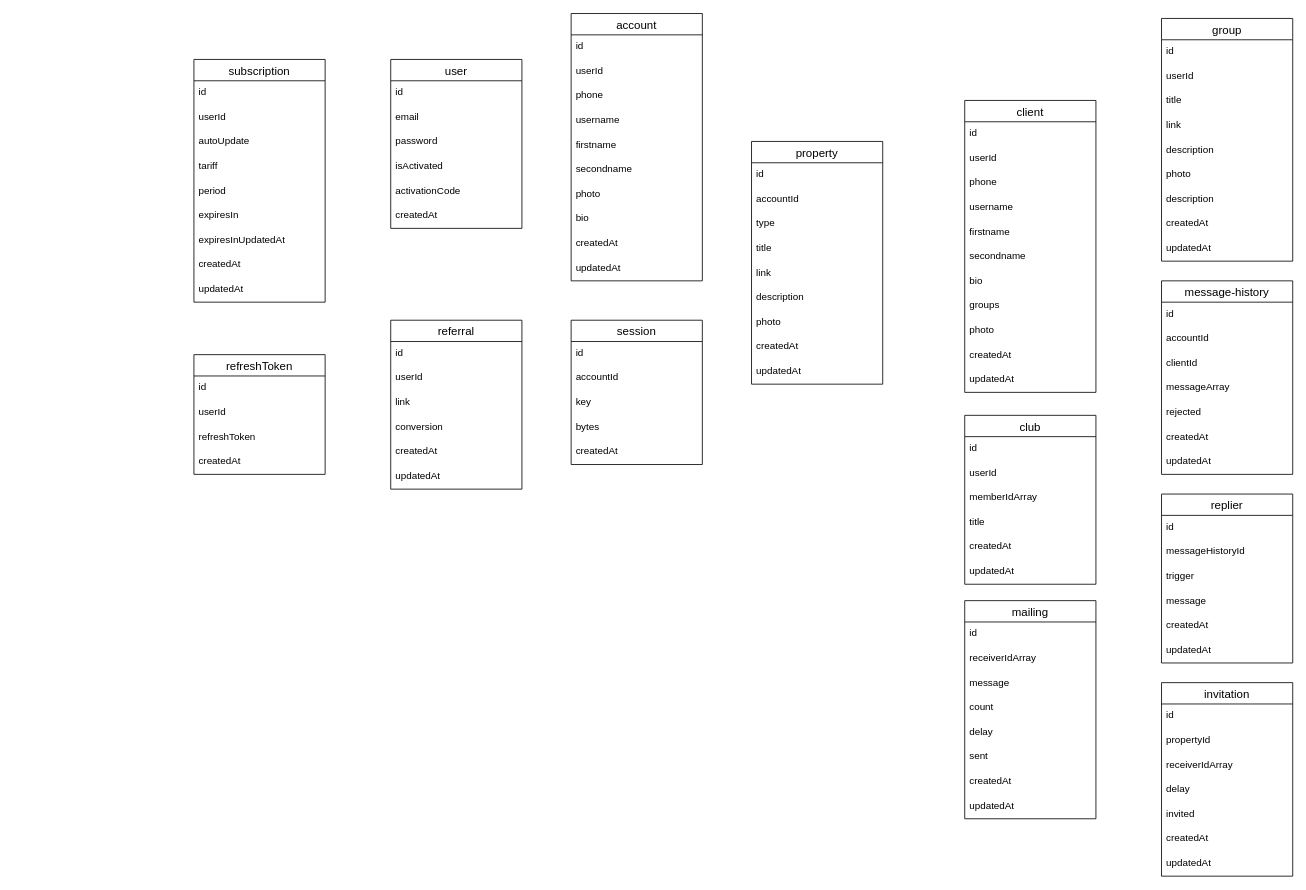
Earlier version of the draw.io diagram schema.drawio (Nick-Fed-Al-dev/telepanel). Source tidied: cells renumbered, new cells numbered last; positions are measured from the earlier drawing's top-left corner, leaving out a move shared by most shapes. Both pictures are drawn from the tidied source at 82%, with x=0, y=0 at pixel (194, 13).
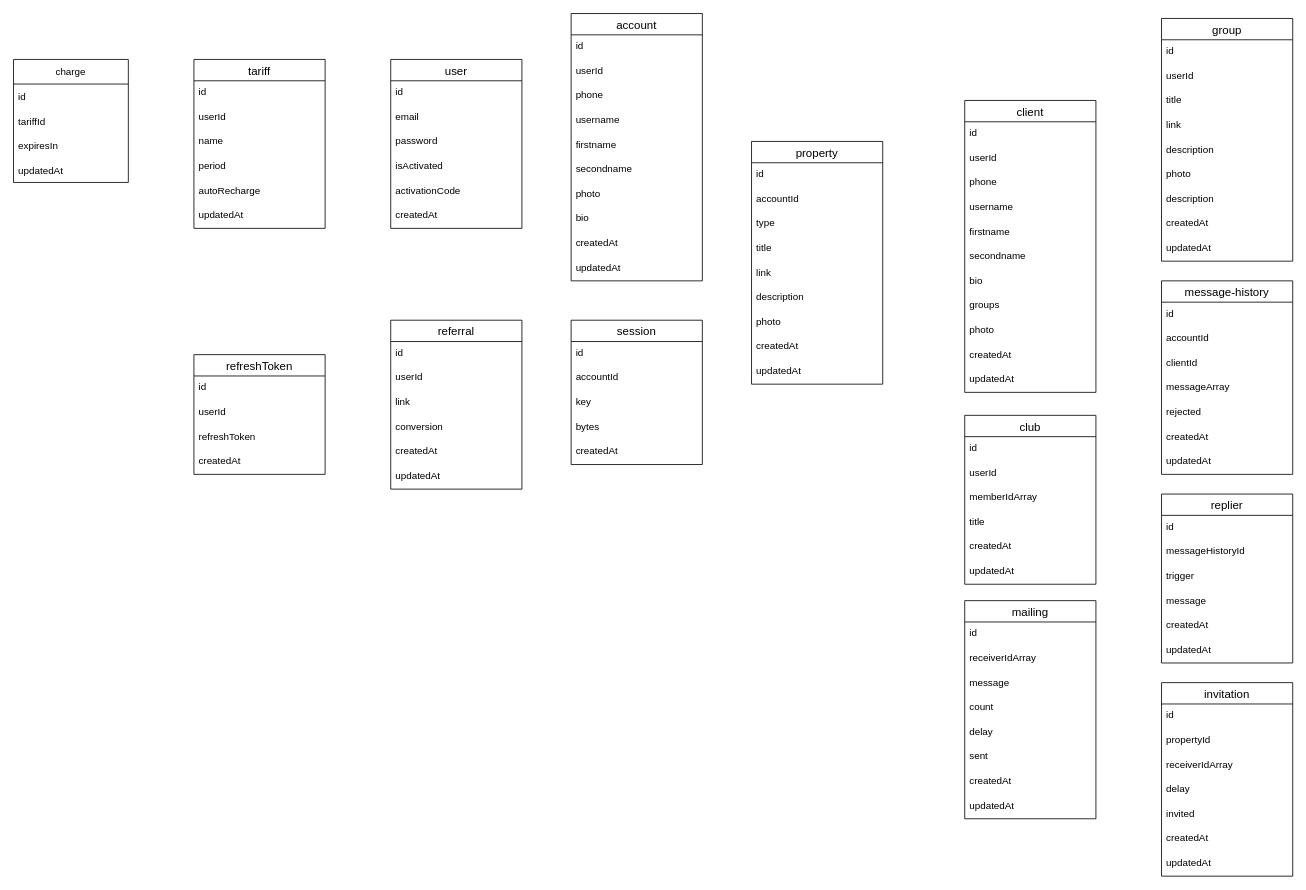
After the change.

Change to the diagram source:
```diff
@@
-    <mxCell id="104" value="subscription" style="swimlane;fontStyle=0;horizontal=1;startSize=26;align=center;fontSize=14;" parent="1" vertex="1">
-      <mxGeometry y="56" width="160" height="296" as="geometry" />
+    <mxCell id="104" value="tariff" style="swimlane;fontStyle=0;horizontal=1;startSize=26;align=center;fontSize=14;" parent="1" vertex="1">
+      <mxGeometry y="56" width="160" height="206" as="geometry" />
     </mxCell>
@@
-    <mxCell id="107" value="autoUpdate" style="text;strokeColor=none;fillColor=none;spacingLeft=4;spacingRight=4;overflow=hidden;fontSize=12;" parent="104" vertex="1">
-      <mxGeometry y="86" width="160" height="30" as="geometry" />
-    </mxCell>
-    <mxCell id="108" value="tariff" style="text;strokeColor=none;fillColor=none;spacingLeft=4;spacingRight=4;overflow=hidden;fontSize=12;" parent="104" vertex="1">
-      <mxGeometry y="116" width="160" height="30" as="geometry" />
+    <mxCell id="108" value="name" style="text;strokeColor=none;fillColor=none;spacingLeft=4;spacingRight=4;overflow=hidden;fontSize=12;" parent="104" vertex="1">
+      <mxGeometry y="86" width="160" height="30" as="geometry" />
     </mxCell>
     <mxCell id="109" value="period" style="text;strokeColor=none;fillColor=none;spacingLeft=4;spacingRight=4;overflow=hidden;fontSize=12;" parent="104" vertex="1">
-      <mxGeometry y="146" width="160" height="30" as="geometry" />
+      <mxGeometry y="116" width="160" height="30" as="geometry" />
     </mxCell>
-    <mxCell id="110" value="expiresIn" style="text;strokeColor=none;fillColor=none;spacingLeft=4;spacingRight=4;overflow=hidden;fontSize=12;" parent="104" vertex="1">
-      <mxGeometry y="176" width="160" height="30" as="geometry" />
-    </mxCell>
-    <mxCell id="111" value="expiresInUpdatedAt" style="text;strokeColor=none;fillColor=none;spacingLeft=4;spacingRight=4;overflow=hidden;fontSize=12;" parent="104" vertex="1">
-      <mxGeometry y="206" width="160" height="30" as="geometry" />
-    </mxCell>
-    <mxCell id="112" value="createdAt" style="text;strokeColor=none;fillColor=none;spacingLeft=4;spacingRight=4;overflow=hidden;fontSize=12;" parent="104" vertex="1">
-      <mxGeometry y="236" width="160" height="30" as="geometry" />
-    </mxCell>
+    <mxCell id="119" value="autoRecharge" style="text;strokeColor=none;fillColor=none;spacingLeft=4;spacingRight=4;overflow=hidden;fontSize=12;" parent="104" vertex="1">
+      <mxGeometry y="146" width="160" height="30" as="geometry" />
+    </mxCell>
     <mxCell id="113" value="updatedAt" style="text;strokeColor=none;fillColor=none;spacingLeft=4;spacingRight=4;overflow=hidden;fontSize=12;" parent="104" vertex="1">
-      <mxGeometry y="266" width="160" height="30" as="geometry" />
+      <mxGeometry y="176" width="160" height="30" as="geometry" />
     </mxCell>
@@
+    <mxCell id="120" value="charge" style="swimlane;fontStyle=0;horizontal=1;startSize=30;" parent="1" vertex="1">
+      <mxGeometry x="-220" y="56" width="140" height="150" as="geometry" />
+    </mxCell>
+    <mxCell id="121" value="id" style="text;strokeColor=none;fillColor=none;align=left;verticalAlign=middle;spacingLeft=4;spacingRight=4;overflow=hidden;" parent="120" vertex="1">
+      <mxGeometry y="30" width="140" height="30" as="geometry" />
+    </mxCell>
+    <mxCell id="122" value="tariffId" style="text;strokeColor=none;fillColor=none;align=left;verticalAlign=middle;spacingLeft=4;spacingRight=4;overflow=hidden;" parent="120" vertex="1">
+      <mxGeometry y="60" width="140" height="30" as="geometry" />
+    </mxCell>
+    <mxCell id="110" value="expiresIn" style="text;strokeColor=none;fillColor=none;align=left;verticalAlign=middle;spacingLeft=4;spacingRight=4;overflow=hidden;" parent="120" vertex="1">
+      <mxGeometry y="90" width="140" height="30" as="geometry" />
+    </mxCell>
+    <mxCell id="123" value="updatedAt" style="text;strokeColor=none;fillColor=none;align=left;verticalAlign=middle;spacingLeft=4;spacingRight=4;overflow=hidden;" parent="120" vertex="1">
+      <mxGeometry y="120" width="140" height="30" as="geometry" />
+    </mxCell>
```
